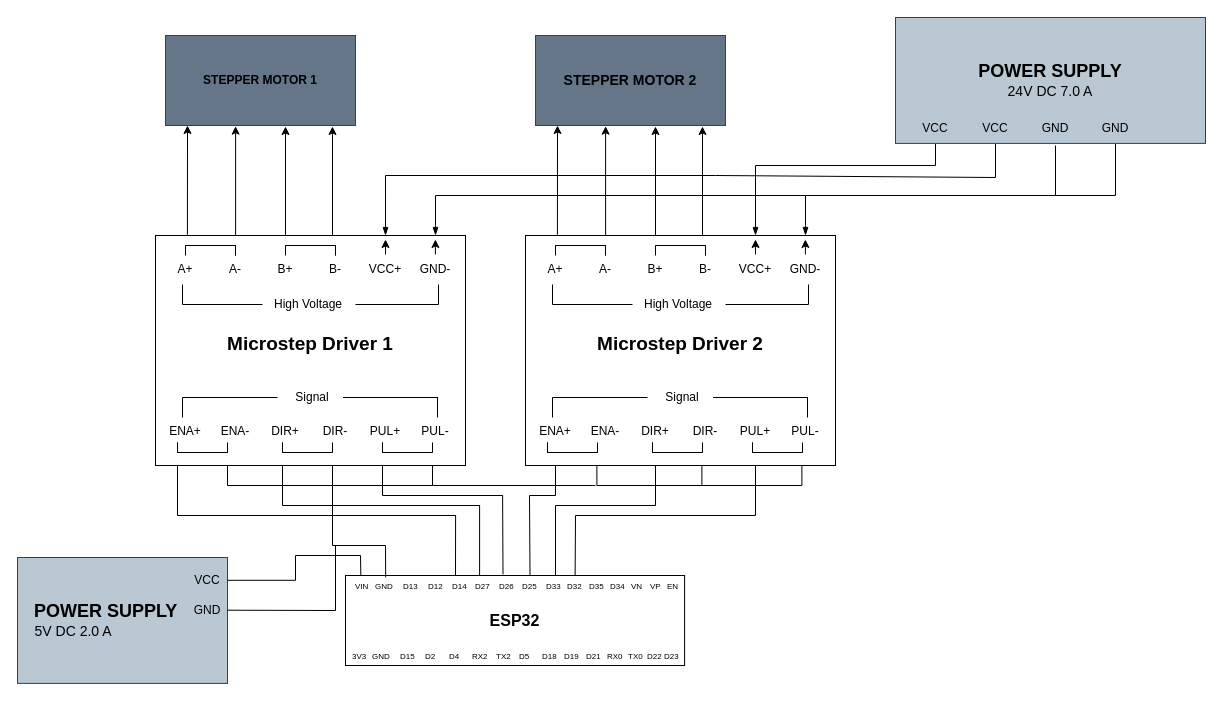
The draw.io diagram Stepper-Driver-Esp32 Circuit Diagram.drawio in DattBhatt/Draw.io, before the edit. Source tidied: cells renumbered, new cells numbered last; positions are measured from the earlier drawing's top-left corner, leaving out a move shared by most shapes. Both pictures are drawn from the tidied source at 100%, with x=0, y=0 at pixel (17, 17).
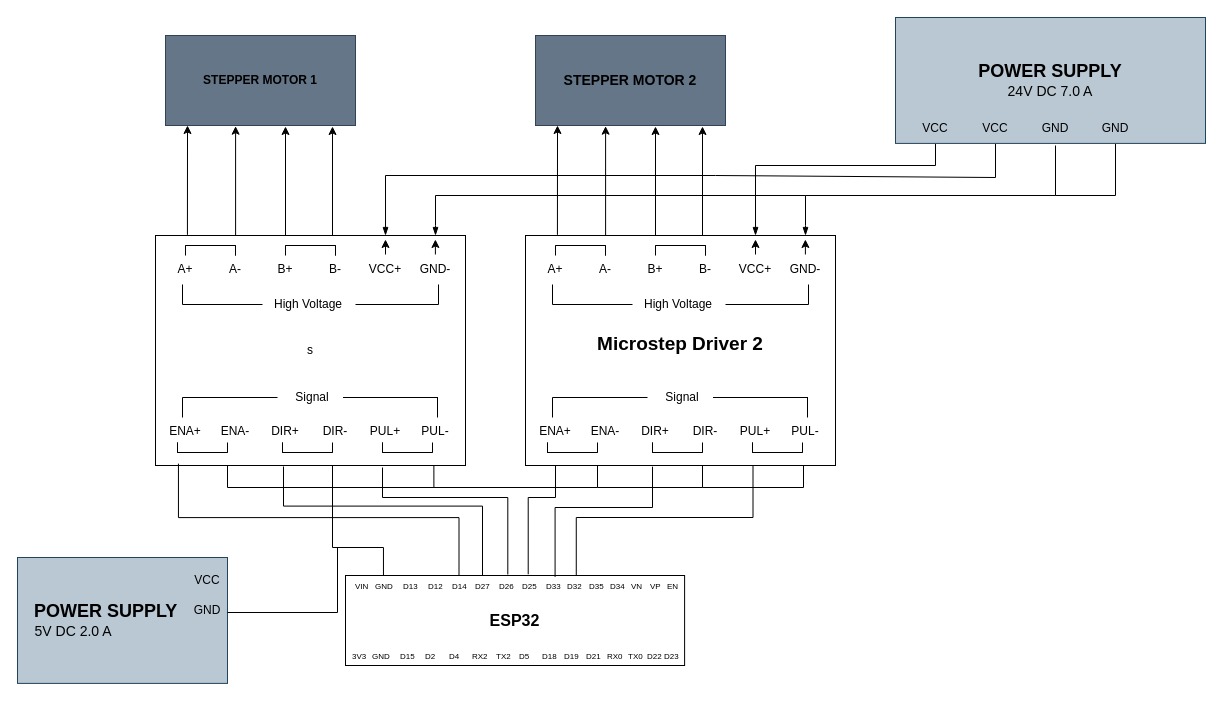
The same page after the edit.

Unchanged cells that the change refers to:
```xml
<mxCell id="156" value="&lt;font style=&quot;font-size: 8px;&quot;&gt;VIN&lt;/font&gt;" style="text;html=1;align=left;verticalAlign=middle;points=[];strokeColor=none;fillColor=none;rounded=0;imageAlign=center;imageWidth=24;spacing=0;" parent="154" vertex="1">
  <mxGeometry x="9.8" width="30" height="20" as="geometry" />
</mxCell>
<mxCell id="157" value="&lt;font style=&quot;font-size: 8px;&quot;&gt;GND&lt;/font&gt;" style="text;html=1;align=left;verticalAlign=middle;points=[];strokeColor=none;fillColor=none;rounded=0;imageAlign=center;imageWidth=24;spacing=0;" parent="154" vertex="1">
  <mxGeometry x="30.4" width="40" height="20" as="geometry" />
</mxCell>
<mxCell id="163" value="&lt;font style=&quot;font-size: 8px;&quot;&gt;D25&lt;/font&gt;" style="text;html=1;align=left;verticalAlign=middle;points=[];strokeColor=none;fillColor=none;rounded=0;imageAlign=center;imageWidth=24;spacing=0;" parent="154" vertex="1">
  <mxGeometry x="176.8" width="30" height="20" as="geometry" />
</mxCell>
<mxCell id="164" value="&lt;font style=&quot;font-size: 8px;&quot;&gt;D33&lt;/font&gt;" style="text;html=1;align=left;verticalAlign=middle;points=[];strokeColor=none;fillColor=none;rounded=0;imageAlign=center;imageWidth=24;spacing=0;" parent="154" vertex="1">
  <mxGeometry x="200.5" width="30" height="20" as="geometry" />
</mxCell>
<mxCell id="165" value="&lt;font style=&quot;font-size: 8px;&quot;&gt;D32&lt;/font&gt;" style="text;html=1;align=left;verticalAlign=middle;points=[];strokeColor=none;fillColor=none;rounded=0;imageAlign=center;imageWidth=24;spacing=0;" parent="154" vertex="1">
  <mxGeometry x="222.1" width="30" height="20" as="geometry" />
</mxCell>
```

Change to the diagram source:
```diff
@@
-    <mxCell id="2" value="&lt;h1 style=&quot;margin-top: 0px;&quot;&gt;&lt;font style=&quot;font-size: 19px;&quot;&gt;Microstep Driver 1&lt;/font&gt;&lt;/h1&gt;" style="rounded=0;whiteSpace=wrap;html=1;fillColor=default;" parent="1" vertex="1">
+    <mxCell id="2" value="s" style="rounded=0;whiteSpace=wrap;html=1;fillColor=default;" parent="1" vertex="1">
       <mxGeometry x="138" y="218" width="310" height="230" as="geometry" />
     </mxCell>
@@
-    <mxCell id="186" style="endArrow=none;html=1;rounded=0;strokeColor=light-dark(#000000,#000000);" parent="1" edge="1">
-      <mxGeometry relative="1" as="geometry">
-        <mxPoint x="415" y="468" as="sourcePoint" />
-        <mxPoint x="578" y="468" as="targetPoint" />
-      </mxGeometry>
-    </mxCell>
-    <mxCell id="187" style="group;" parent="1" vertex="1">
-      <mxGeometry x="210" y="448" width="205" height="20" as="geometry" />
-    </mxCell>
-    <mxCell id="188" style="endArrow=none;html=1;rounded=0;strokeColor=light-dark(#000000,#000000);align=center;verticalAlign=middle;fontFamily=Helvetica;fontSize=11;fontColor=default;labelBackgroundColor=default;" parent="187" edge="1">
-      <mxGeometry relative="1" as="geometry">
-        <mxPoint y="20" as="sourcePoint" />
-        <mxPoint as="targetPoint" />
-      </mxGeometry>
-    </mxCell>
-    <mxCell id="189" style="endArrow=none;html=1;rounded=0;strokeColor=light-dark(#000000,#000000);align=center;verticalAlign=middle;fontFamily=Helvetica;fontSize=11;fontColor=default;labelBackgroundColor=default;" parent="187" edge="1">
-      <mxGeometry relative="1" as="geometry">
-        <mxPoint x="105" y="20" as="sourcePoint" />
-        <mxPoint x="105" as="targetPoint" />
-      </mxGeometry>
-    </mxCell>
-    <mxCell id="190" style="endArrow=none;html=1;rounded=0;strokeColor=light-dark(#000000,#000000);align=center;verticalAlign=middle;fontFamily=Helvetica;fontSize=11;fontColor=default;labelBackgroundColor=default;" parent="187" edge="1">
-      <mxGeometry relative="1" as="geometry">
-        <mxPoint x="205" y="20" as="sourcePoint" />
-        <mxPoint x="205" as="targetPoint" />
-      </mxGeometry>
-    </mxCell>
-    <mxCell id="191" style="endArrow=none;html=1;rounded=0;strokeColor=light-dark(#000000,#000000);" parent="187" edge="1">
-      <mxGeometry relative="1" as="geometry">
-        <mxPoint x="205" y="20" as="sourcePoint" />
-        <mxPoint y="20" as="targetPoint" />
-      </mxGeometry>
-    </mxCell>
-    <mxCell id="192" style="group;" parent="1" vertex="1">
-      <mxGeometry x="579.4" y="448" width="205" height="20" as="geometry" />
-    </mxCell>
-    <mxCell id="193" style="endArrow=none;html=1;rounded=0;strokeColor=light-dark(#000000,#000000);" parent="192" edge="1">
-      <mxGeometry relative="1" as="geometry">
-        <mxPoint x="205" y="20" as="sourcePoint" />
-        <mxPoint y="20" as="targetPoint" />
-      </mxGeometry>
-    </mxCell>
-    <mxCell id="194" style="endArrow=none;html=1;rounded=0;strokeColor=light-dark(#000000,#000000);align=center;verticalAlign=middle;fontFamily=Helvetica;fontSize=11;fontColor=default;labelBackgroundColor=default;" parent="192" edge="1">
-      <mxGeometry relative="1" as="geometry">
-        <mxPoint x="105" y="20" as="sourcePoint" />
-        <mxPoint x="105" as="targetPoint" />
-      </mxGeometry>
-    </mxCell>
-    <mxCell id="195" style="endArrow=none;html=1;rounded=0;strokeColor=light-dark(#000000,#000000);align=center;verticalAlign=middle;fontFamily=Helvetica;fontSize=11;fontColor=default;labelBackgroundColor=default;" parent="192" edge="1">
-      <mxGeometry relative="1" as="geometry">
-        <mxPoint y="20" as="sourcePoint" />
-        <mxPoint as="targetPoint" />
-      </mxGeometry>
-    </mxCell>
-    <mxCell id="196" style="endArrow=none;html=1;rounded=0;strokeColor=light-dark(#000000,#000000);align=center;verticalAlign=middle;fontFamily=Helvetica;fontSize=11;fontColor=default;labelBackgroundColor=default;" parent="192" edge="1">
-      <mxGeometry relative="1" as="geometry">
-        <mxPoint x="205" y="20" as="sourcePoint" />
-        <mxPoint x="205" as="targetPoint" />
-      </mxGeometry>
-    </mxCell>
-    <mxCell id="197" style="endArrow=none;html=1;rounded=0;entryX=0.124;entryY=1.008;entryDx=0;entryDy=0;entryPerimeter=0;strokeColor=light-dark(#000000,#FFFF33);" parent="192" edge="1">
-      <mxGeometry relative="1" as="geometry">
-        <mxPoint x="58.6" y="40" as="sourcePoint" />
-        <mxPoint x="58.6" as="targetPoint" />
-      </mxGeometry>
-    </mxCell>
-    <mxCell id="198" style="endArrow=none;html=1;rounded=0;entryX=0.124;entryY=1.008;entryDx=0;entryDy=0;entryPerimeter=0;strokeColor=light-dark(#000000,#FF8000);" parent="1" edge="1">
-      <mxGeometry relative="1" as="geometry">
-        <mxPoint x="160" y="498" as="sourcePoint" />
-        <mxPoint x="160" y="448" as="targetPoint" />
-      </mxGeometry>
-    </mxCell>
-    <mxCell id="199" style="endArrow=none;html=1;rounded=0;strokeColor=light-dark(#000000,#FF8000);" parent="1" edge="1">
-      <mxGeometry relative="1" as="geometry">
-        <mxPoint x="160" y="498" as="sourcePoint" />
-        <mxPoint x="438" y="498" as="targetPoint" />
-      </mxGeometry>
-    </mxCell>
-    <mxCell id="200" style="endArrow=none;html=1;rounded=0;strokeColor=light-dark(#000000,#FF8000);exitX=0.231;exitY=0.018;exitDx=0;exitDy=0;exitPerimeter=0;" parent="1" edge="1">
-      <mxGeometry relative="1" as="geometry">
-        <mxPoint x="438" y="558" as="sourcePoint" />
-        <mxPoint x="438.1" y="497.6" as="targetPoint" />
-      </mxGeometry>
-    </mxCell>
-    <mxCell id="201" style="endArrow=none;html=1;rounded=0;entryX=0.124;entryY=1.008;entryDx=0;entryDy=0;entryPerimeter=0;strokeColor=light-dark(#000000,#FFFF33);" parent="1" edge="1">
-      <mxGeometry relative="1" as="geometry">
-        <mxPoint x="265" y="488" as="sourcePoint" />
-        <mxPoint x="265" y="448" as="targetPoint" />
-      </mxGeometry>
-    </mxCell>
-    <mxCell id="202" style="endArrow=none;html=1;rounded=0;strokeColor=light-dark(#000000,#FFFF33);" parent="1" edge="1">
-      <mxGeometry relative="1" as="geometry">
-        <mxPoint x="265" y="488" as="sourcePoint" />
-        <mxPoint x="462" y="488" as="targetPoint" />
-      </mxGeometry>
-    </mxCell>
-    <mxCell id="203" style="endArrow=none;html=1;rounded=0;strokeColor=light-dark(#000000,#FFFF33);" parent="1" edge="1">
-      <mxGeometry relative="1" as="geometry">
-        <mxPoint x="462.1" y="557.6" as="sourcePoint" />
-        <mxPoint x="462.1" y="487.6" as="targetPoint" />
-      </mxGeometry>
-    </mxCell>
-    <mxCell id="204" style="endArrow=none;html=1;rounded=0;strokeColor=light-dark(#000000,#000000);align=center;verticalAlign=middle;fontFamily=Helvetica;fontSize=11;fontColor=default;labelBackgroundColor=default;" parent="1" edge="1">
-      <mxGeometry relative="1" as="geometry">
-        <mxPoint x="315" y="528" as="sourcePoint" />
-        <mxPoint x="315" y="468" as="targetPoint" />
-      </mxGeometry>
-    </mxCell>
-    <mxCell id="205" style="endArrow=none;html=1;rounded=0;strokeColor=light-dark(#000000,#000000);align=center;verticalAlign=middle;fontFamily=Helvetica;fontSize=11;fontColor=default;labelBackgroundColor=default;" parent="1" edge="1">
-      <mxGeometry relative="1" as="geometry">
-        <mxPoint x="315" y="528" as="sourcePoint" />
-        <mxPoint x="368" y="528" as="targetPoint" />
-      </mxGeometry>
-    </mxCell>
-    <mxCell id="206" style="endArrow=none;html=1;rounded=0;strokeColor=light-dark(#000000,#000000);align=center;verticalAlign=middle;fontFamily=Helvetica;fontSize=11;fontColor=default;labelBackgroundColor=default;exitX=0.245;exitY=0.095;exitDx=0;exitDy=0;exitPerimeter=0;" parent="1" edge="1" source="157">
-      <mxGeometry relative="1" as="geometry">
-        <mxPoint x="368" y="528" as="targetPoint" />
-      </mxGeometry>
-    </mxCell>
-    <mxCell id="207" style="endArrow=none;html=1;rounded=0;strokeColor=light-dark(#000000,#3399FF);" parent="1" edge="1">
-      <mxGeometry relative="1" as="geometry">
-        <mxPoint x="365" y="478" as="sourcePoint" />
-        <mxPoint x="365" y="448" as="targetPoint" />
-      </mxGeometry>
-    </mxCell>
-    <mxCell id="208" style="endArrow=none;html=1;rounded=0;strokeColor=light-dark(#000000,#3399FF);" parent="1" edge="1">
-      <mxGeometry relative="1" as="geometry">
-        <mxPoint x="365" y="478" as="sourcePoint" />
-        <mxPoint x="485" y="478" as="targetPoint" />
-      </mxGeometry>
-    </mxCell>
-    <mxCell id="209" style="endArrow=none;html=1;rounded=0;strokeColor=light-dark(#000000,#3399FF);exitX=0.212;exitY=-0.035;exitDx=0;exitDy=0;exitPerimeter=0;" parent="1" edge="1">
-      <mxGeometry relative="1" as="geometry">
-        <mxPoint x="485.5" y="556.9" as="sourcePoint" />
-        <mxPoint x="485.1" y="477.6" as="targetPoint" />
-      </mxGeometry>
-    </mxCell>
-    <mxCell id="210" style="endArrow=none;html=1;rounded=0;entryX=0.124;entryY=1.008;entryDx=0;entryDy=0;entryPerimeter=0;strokeColor=light-dark(#000000,#FF8000);" parent="1" edge="1">
-      <mxGeometry relative="1" as="geometry">
-        <mxPoint x="538" y="478" as="sourcePoint" />
-        <mxPoint x="538" y="448" as="targetPoint" />
-      </mxGeometry>
-    </mxCell>
-    <mxCell id="211" style="endArrow=none;html=1;rounded=0;strokeColor=light-dark(#000000,#FF8000);" parent="1" edge="1">
-      <mxGeometry relative="1" as="geometry">
-        <mxPoint x="538" y="478" as="sourcePoint" />
-        <mxPoint x="512" y="478" as="targetPoint" />
-      </mxGeometry>
-    </mxCell>
-    <mxCell id="212" style="endArrow=none;html=1;rounded=0;strokeColor=light-dark(#000000,#FF8000);exitX=0.257;exitY=-0.015;exitDx=0;exitDy=0;exitPerimeter=0;" parent="1" edge="1" source="163">
-      <mxGeometry relative="1" as="geometry">
-        <mxPoint x="512" y="478" as="targetPoint" />
-      </mxGeometry>
-    </mxCell>
-    <mxCell id="213" style="endArrow=none;html=1;rounded=0;strokeColor=light-dark(#000000,#FFFF33);" parent="1" edge="1">
-      <mxGeometry relative="1" as="geometry">
-        <mxPoint x="538" y="488" as="sourcePoint" />
-        <mxPoint x="638" y="488" as="targetPoint" />
-      </mxGeometry>
-    </mxCell>
-    <mxCell id="214" style="endArrow=none;html=1;rounded=0;strokeColor=light-dark(#000000,#FFFF33);entryX=0.317;entryY=0.013;entryDx=0;entryDy=0;entryPerimeter=0;" parent="1" edge="1" target="164">
-      <mxGeometry relative="1" as="geometry">
-        <mxPoint x="538" y="488" as="sourcePoint" />
-      </mxGeometry>
-    </mxCell>
-    <mxCell id="215" style="endArrow=none;html=1;rounded=0;strokeColor=light-dark(#000000,#3399FF);" parent="1" edge="1">
-      <mxGeometry relative="1" as="geometry">
-        <mxPoint x="738" y="498" as="sourcePoint" />
-        <mxPoint x="738" y="448" as="targetPoint" />
-      </mxGeometry>
-    </mxCell>
-    <mxCell id="216" style="endArrow=none;html=1;rounded=0;strokeColor=light-dark(#000000,#3399FF);" parent="1" edge="1">
-      <mxGeometry relative="1" as="geometry">
-        <mxPoint x="738" y="498" as="sourcePoint" />
-        <mxPoint x="558" y="498" as="targetPoint" />
-      </mxGeometry>
-    </mxCell>
-    <mxCell id="217" style="endArrow=none;html=1;rounded=0;strokeColor=light-dark(#000000,#3399FF);exitX=0.251;exitY=0.012;exitDx=0;exitDy=0;exitPerimeter=0;" parent="1" edge="1" source="165">
-      <mxGeometry relative="1" as="geometry">
-        <mxPoint x="558" y="498" as="targetPoint" />
-      </mxGeometry>
-    </mxCell>
@@
-    <mxCell id="227" style="endArrow=none;html=1;rounded=0;entryX=1;entryY=0.5;entryDx=0;entryDy=0;strokeColor=light-dark(#000000,#FF0000);" parent="1" edge="1">
-      <mxGeometry relative="1" as="geometry">
-        <mxPoint x="278" y="562.8" as="sourcePoint" />
-        <mxPoint x="210" y="562.8" as="targetPoint" />
-      </mxGeometry>
-    </mxCell>
-    <mxCell id="228" style="endArrow=none;html=1;rounded=0;strokeColor=light-dark(#000000,#FF0000);" parent="1" edge="1">
-      <mxGeometry relative="1" as="geometry">
-        <mxPoint x="278" y="562.8" as="sourcePoint" />
-        <mxPoint x="278" y="538" as="targetPoint" />
-      </mxGeometry>
-    </mxCell>
-    <mxCell id="229" style="endArrow=none;html=1;rounded=0;strokeColor=light-dark(#000000,#FF0000);" parent="1" edge="1">
-      <mxGeometry relative="1" as="geometry">
-        <mxPoint x="343" y="538" as="sourcePoint" />
-        <mxPoint x="278" y="538" as="targetPoint" />
-      </mxGeometry>
-    </mxCell>
-    <mxCell id="230" style="endArrow=none;html=1;rounded=0;strokeColor=light-dark(#000000,#FF0000);entryX=0.185;entryY=0.027;entryDx=0;entryDy=0;entryPerimeter=0;" parent="1" edge="1" target="156">
-      <mxGeometry relative="1" as="geometry">
-        <mxPoint x="343" y="538" as="sourcePoint" />
-      </mxGeometry>
-    </mxCell>
-    <mxCell id="231" style="endArrow=none;html=1;rounded=0;strokeColor=light-dark(#000000,#000000);align=center;verticalAlign=middle;fontFamily=Helvetica;fontSize=11;fontColor=default;labelBackgroundColor=default;" parent="1" edge="1">
-      <mxGeometry relative="1" as="geometry">
-        <mxPoint x="210" y="592.7" as="sourcePoint" />
-        <mxPoint x="318" y="593" as="targetPoint" />
-      </mxGeometry>
-    </mxCell>
-    <mxCell id="232" style="endArrow=none;html=1;rounded=0;strokeColor=light-dark(#000000,#000000);align=center;verticalAlign=middle;fontFamily=Helvetica;fontSize=11;fontColor=default;labelBackgroundColor=default;" parent="1" edge="1">
-      <mxGeometry relative="1" as="geometry">
-        <mxPoint x="318" y="528" as="sourcePoint" />
-        <mxPoint x="318" y="593" as="targetPoint" />
-      </mxGeometry>
-    </mxCell>
+    <mxCell id="233" style="edgeStyle=elbowEdgeStyle;elbow=vertical;endArrow=none;html=1;curved=0;rounded=0;endSize=8;startSize=8;endFill=0;strokeColor=light-dark(#000000,#FF8000);align=center;verticalAlign=middle;fontFamily=Helvetica;fontSize=11;fontColor=default;labelBackgroundColor=default;exitX=0.197;exitY=-0.061;exitDx=0;exitDy=0;exitPerimeter=0;" parent="1" edge="1" source="163">
+      <mxGeometry relative="1" as="geometry">
+        <mxPoint x="538" y="448" as="targetPoint" />
+        <Array as="points">
+          <mxPoint x="530" y="480" />
+        </Array>
+      </mxGeometry>
+    </mxCell>
+    <mxCell id="234" style="edgeStyle=elbowEdgeStyle;elbow=vertical;endArrow=none;html=1;curved=0;rounded=0;endSize=8;startSize=8;endFill=0;strokeColor=light-dark(#000000,#FFFF33);align=center;verticalAlign=middle;fontFamily=Helvetica;fontSize=11;fontColor=default;labelBackgroundColor=default;exitX=0.303;exitY=0.071;exitDx=0;exitDy=0;exitPerimeter=0;" parent="1" edge="1" source="164">
+      <mxGeometry relative="1" as="geometry">
+        <mxPoint x="635" y="449.2" as="targetPoint" />
+        <Array as="points">
+          <mxPoint x="590" y="490" />
+        </Array>
+      </mxGeometry>
+    </mxCell>
+    <mxCell id="235" style="edgeStyle=elbowEdgeStyle;elbow=vertical;endArrow=none;html=1;curved=0;rounded=0;endSize=8;startSize=8;endFill=0;strokeColor=light-dark(#000000,#3399FF);align=center;verticalAlign=middle;fontFamily=Helvetica;fontSize=11;fontColor=default;labelBackgroundColor=default;exitX=0.289;exitY=-0.004;exitDx=0;exitDy=0;exitPerimeter=0;" parent="1" edge="1" source="165">
+      <mxGeometry relative="1" as="geometry">
+        <mxPoint x="735.5" y="448" as="targetPoint" />
+        <Array as="points">
+          <mxPoint x="690" y="500" />
+        </Array>
+      </mxGeometry>
+    </mxCell>
+    <mxCell id="236" style="edgeStyle=elbowEdgeStyle;elbow=vertical;endArrow=none;html=1;curved=0;rounded=0;endSize=8;startSize=8;endFill=0;strokeColor=light-dark(#000000,#3399FF);align=center;verticalAlign=middle;fontFamily=Helvetica;fontSize=11;fontColor=default;labelBackgroundColor=default;exitX=0.197;exitY=-0.061;exitDx=0;exitDy=0;exitPerimeter=0;" parent="1" edge="1">
+      <mxGeometry relative="1" as="geometry">
+        <mxPoint x="490.3" y="557" as="sourcePoint" />
+        <mxPoint x="365" y="450" as="targetPoint" />
+        <Array as="points">
+          <mxPoint x="509.3" y="480" />
+        </Array>
+      </mxGeometry>
+    </mxCell>
+    <mxCell id="237" style="edgeStyle=elbowEdgeStyle;elbow=vertical;endArrow=none;html=1;curved=0;rounded=0;endSize=8;startSize=8;endFill=0;strokeColor=light-dark(#000000,#FFFF33);align=center;verticalAlign=middle;fontFamily=Helvetica;fontSize=11;fontColor=default;labelBackgroundColor=default;" parent="1" edge="1">
+      <mxGeometry relative="1" as="geometry">
+        <mxPoint x="465" y="558" as="sourcePoint" />
+        <mxPoint x="266" y="449" as="targetPoint" />
+        <Array as="points">
+          <mxPoint x="514.5" y="488.6" />
+        </Array>
+      </mxGeometry>
+    </mxCell>
+    <mxCell id="238" style="edgeStyle=elbowEdgeStyle;elbow=vertical;endArrow=none;html=1;curved=0;rounded=0;endSize=8;startSize=8;endFill=0;strokeColor=light-dark(#000000,#FF8000);align=center;verticalAlign=middle;fontFamily=Helvetica;fontSize=11;fontColor=default;labelBackgroundColor=default;exitX=0.289;exitY=-0.004;exitDx=0;exitDy=0;exitPerimeter=0;entryX=0.074;entryY=0.992;entryDx=0;entryDy=0;entryPerimeter=0;" parent="1" edge="1" target="2">
+      <mxGeometry relative="1" as="geometry">
+        <mxPoint x="441.5" y="558.1" as="sourcePoint" />
+        <Array as="points">
+          <mxPoint x="572.5" y="500.1" />
+        </Array>
+      </mxGeometry>
+    </mxCell>
+    <mxCell id="239" style="edgeStyle=segmentEdgeStyle;endArrow=none;html=1;curved=0;rounded=0;endSize=8;startSize=8;endFill=0;strokeColor=light-dark(#000000,#000000);align=center;verticalAlign=middle;fontFamily=Helvetica;fontSize=11;fontColor=default;labelBackgroundColor=default;" parent="1" edge="1">
+      <mxGeometry relative="1" as="geometry">
+        <mxPoint x="210" y="595" as="sourcePoint" />
+        <mxPoint x="320" y="530" as="targetPoint" />
+      </mxGeometry>
+    </mxCell>
+    <mxCell id="240" style="edgeStyle=elbowEdgeStyle;elbow=vertical;endArrow=none;html=1;curved=0;rounded=0;endSize=8;startSize=8;endFill=0;strokeColor=light-dark(#000000,#000000);align=center;verticalAlign=middle;fontFamily=Helvetica;fontSize=11;fontColor=default;labelBackgroundColor=default;exitX=0.189;exitY=0.015;exitDx=0;exitDy=0;exitPerimeter=0;" parent="1" edge="1" source="157">
+      <mxGeometry relative="1" as="geometry">
+        <mxPoint x="315" y="468" as="targetPoint" />
+        <Array as="points">
+          <mxPoint x="340" y="530" />
+        </Array>
+      </mxGeometry>
+    </mxCell>
+    <mxCell id="241" style="shape=partialRectangle;whiteSpace=wrap;html=1;bottom=1;right=1;left=1;top=0;fillColor=none;routingCenterX=-0.5;rounded=0;strokeColor=light-dark(#000000,#000000);align=center;verticalAlign=middle;fontFamily=Helvetica;fontSize=11;fontColor=default;labelBackgroundColor=default;" parent="1" vertex="1">
+      <mxGeometry x="210" y="448" width="105" height="22" as="geometry" />
+    </mxCell>
+    <mxCell id="242" style="edgeStyle=segmentEdgeStyle;endArrow=none;html=1;curved=0;rounded=0;endSize=8;startSize=8;endFill=0;strokeColor=light-dark(#000000,#000000);align=center;verticalAlign=middle;fontFamily=Helvetica;fontSize=11;fontColor=default;labelBackgroundColor=default;entryX=0.898;entryY=1;entryDx=0;entryDy=0;entryPerimeter=0;" parent="1" edge="1" target="2">
+      <mxGeometry relative="1" as="geometry">
+        <mxPoint x="315" y="470" as="sourcePoint" />
+      </mxGeometry>
+    </mxCell>
+    <mxCell id="243" style="edgeStyle=segmentEdgeStyle;endArrow=none;html=1;curved=0;rounded=0;endSize=8;startSize=8;endFill=0;strokeColor=light-dark(#000000,#000000);align=center;verticalAlign=middle;fontFamily=Helvetica;fontSize=11;fontColor=default;labelBackgroundColor=default;entryX=0.898;entryY=1;entryDx=0;entryDy=0;entryPerimeter=0;" parent="1" edge="1">
+      <mxGeometry relative="1" as="geometry">
+        <mxPoint x="685" y="470" as="sourcePoint" />
+        <mxPoint x="786" y="448" as="targetPoint" />
+      </mxGeometry>
+    </mxCell>
+    <mxCell id="244" style="shape=partialRectangle;whiteSpace=wrap;html=1;bottom=1;right=1;left=1;top=0;fillColor=none;routingCenterX=-0.5;rounded=0;strokeColor=light-dark(#000000,#000000);align=center;verticalAlign=middle;fontFamily=Helvetica;fontSize=11;fontColor=default;labelBackgroundColor=default;" parent="1" vertex="1">
+      <mxGeometry x="580" y="448" width="105" height="22" as="geometry" />
+    </mxCell>
+    <mxCell id="245" style="line;strokeWidth=1;html=1;rounded=0;strokeColor=light-dark(#000000,#000000);align=center;verticalAlign=middle;fontFamily=Helvetica;fontSize=11;fontColor=default;labelBackgroundColor=default;" parent="1" vertex="1">
+      <mxGeometry x="416" y="465" width="164" height="10" as="geometry" />
+    </mxCell>
```
